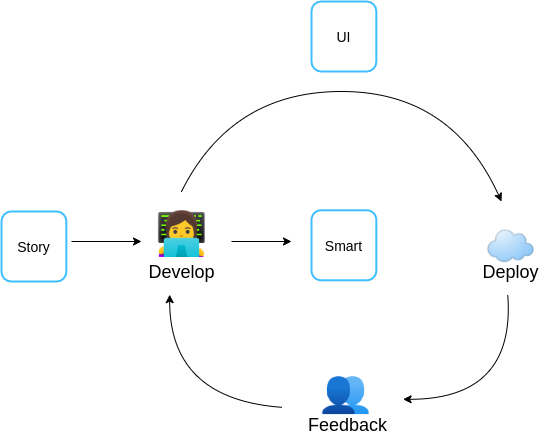
mrWh1te/lage.tech keeps this draw.io diagram as static/ui-first-development-loop.png. Above is the earlier version. Source tidied: cells renumbered, new cells last; positions are measured from the earlier drawing's top-left corner, leaving out a move shared by most shapes. Its diagram source:
```xml
<mxGraphModel>
  <root>
    <mxCell id="0" />
    <mxCell id="1" parent="0" />
    <mxCell id="2" style="group;" parent="1" vertex="1">
      <mxGeometry x="140" y="100" width="390.4" height="330" as="geometry" />
    </mxCell>
    <mxCell id="3" value="&lt;font style=&quot;font-size: 18px&quot;&gt;Develop&lt;/font&gt;" style="text;html=1;align=center;verticalAlign=middle;fillColor=none;strokeColor=none;rounded=0;" parent="2" vertex="1">
      <mxGeometry y="161" width="80" height="20" as="geometry" />
    </mxCell>
    <mxCell id="4" value="&lt;font style=&quot;font-size: 42px&quot;&gt;👩‍💻&lt;/font&gt;" style="text;html=1;align=center;verticalAlign=middle;fillColor=none;strokeColor=none;rounded=0;" parent="2" vertex="1">
      <mxGeometry x="5" y="117" width="70" height="30" as="geometry" />
    </mxCell>
    <mxCell id="5" value="&lt;font style=&quot;font-size: 18px&quot;&gt;Deploy&lt;/font&gt;" style="text;html=1;align=center;verticalAlign=middle;fillColor=none;strokeColor=none;rounded=0;" parent="2" vertex="1">
      <mxGeometry x="334" y="161" width="70" height="20" as="geometry" />
    </mxCell>
    <mxCell id="6" value="&lt;font style=&quot;font-size: 42px&quot;&gt;☁️&lt;/font&gt;" style="text;html=1;align=center;verticalAlign=middle;fillColor=none;strokeColor=none;rounded=0;" parent="2" vertex="1">
      <mxGeometry x="334" y="128.8" width="70" height="30" as="geometry" />
    </mxCell>
    <mxCell id="7" value="&lt;font style=&quot;font-size: 42px&quot;&gt;👥&lt;/font&gt;" style="text;html=1;align=center;verticalAlign=middle;fillColor=none;strokeColor=none;rounded=0;" parent="2" vertex="1">
      <mxGeometry x="169" y="273.7" width="70" height="30" as="geometry" />
    </mxCell>
    <mxCell id="8" value="&lt;font style=&quot;font-size: 18px&quot;&gt;Feedback&lt;br&gt;&lt;/font&gt;" style="text;html=1;align=center;verticalAlign=middle;fillColor=none;strokeColor=none;rounded=0;" parent="2" vertex="1">
      <mxGeometry x="161" y="313.9" width="90" height="20" as="geometry" />
    </mxCell>
    <mxCell id="9" style="curved=1;endArrow=classic;html=1;" parent="2" edge="1">
      <mxGeometry relative="1" as="geometry">
        <mxPoint x="366.2" y="193.2" as="sourcePoint" />
        <mxPoint x="261.6" y="297.8" as="targetPoint" />
        <Array as="points">
          <mxPoint x="374.3" y="297.8" />
        </Array>
      </mxGeometry>
    </mxCell>
    <mxCell id="10" style="curved=1;endArrow=classic;html=1;" parent="2" edge="1">
      <mxGeometry relative="1" as="geometry">
        <mxPoint x="140.9" y="305.9" as="sourcePoint" />
        <mxPoint x="28.2" y="193.2" as="targetPoint" />
        <Array as="points">
          <mxPoint x="28.2" y="297.8" />
        </Array>
      </mxGeometry>
    </mxCell>
    <mxCell id="11" style="group;" parent="2" vertex="1">
      <mxGeometry x="170" y="-100" width="64.8" height="70" as="geometry" />
    </mxCell>
    <mxCell id="12" style="rounded=1;whiteSpace=wrap;html=1;strokeColor=#40BFFF;strokeWidth=2;" parent="11" vertex="1">
      <mxGeometry width="64.8" height="70" as="geometry" />
    </mxCell>
    <mxCell id="13" value="UI" style="text;html=1;align=center;verticalAlign=middle;fillColor=none;strokeColor=none;rounded=0;fontSize=14;" parent="11" vertex="1">
      <mxGeometry x="17.4" y="25" width="30" height="20" as="geometry" />
    </mxCell>
    <mxCell id="14" style="group;" parent="2" vertex="1">
      <mxGeometry x="-140" y="110" width="64.8" height="70" as="geometry" />
    </mxCell>
    <mxCell id="15" style="rounded=1;whiteSpace=wrap;html=1;strokeColor=#40BFFF;strokeWidth=2;" parent="14" vertex="1">
      <mxGeometry width="64.8" height="70" as="geometry" />
    </mxCell>
    <mxCell id="16" value="Story" style="text;html=1;align=center;verticalAlign=middle;fillColor=none;strokeColor=none;rounded=0;fontSize=14;" parent="14" vertex="1">
      <mxGeometry x="7.4" y="25" width="50" height="20" as="geometry" />
    </mxCell>
    <mxCell id="17" style="curved=1;endArrow=classic;html=1;fontSize=14;" parent="2" edge="1">
      <mxGeometry relative="1" as="geometry">
        <mxPoint x="40" y="90" as="sourcePoint" />
        <mxPoint x="360" y="100" as="targetPoint" />
        <Array as="points">
          <mxPoint x="90" y="-10" />
          <mxPoint x="310" y="-10" />
        </Array>
      </mxGeometry>
    </mxCell>
    <mxCell id="18" style="group;" parent="2" vertex="1">
      <mxGeometry x="170" y="108.8" width="64.8" height="70" as="geometry" />
    </mxCell>
    <mxCell id="19" style="rounded=1;whiteSpace=wrap;html=1;strokeColor=#40BFFF;strokeWidth=2;" parent="18" vertex="1">
      <mxGeometry width="64.8" height="70" as="geometry" />
    </mxCell>
    <mxCell id="20" value="Smart" style="text;html=1;align=center;verticalAlign=middle;fillColor=none;strokeColor=none;rounded=0;fontSize=14;" parent="18" vertex="1">
      <mxGeometry x="7.4" y="25" width="50" height="20" as="geometry" />
    </mxCell>
    <mxCell id="21" style="endArrow=classic;html=1;fontSize=14;" parent="1" edge="1">
      <mxGeometry relative="1" as="geometry">
        <mxPoint x="70" y="240" as="sourcePoint" />
        <mxPoint x="140" y="240" as="targetPoint" />
      </mxGeometry>
    </mxCell>
    <mxCell id="22" style="endArrow=classic;html=1;fontSize=14;" parent="1" edge="1">
      <mxGeometry relative="1" as="geometry">
        <mxPoint x="230" y="240" as="sourcePoint" />
        <mxPoint x="290" y="240" as="targetPoint" />
      </mxGeometry>
    </mxCell>
  </root>
</mxGraphModel>
```
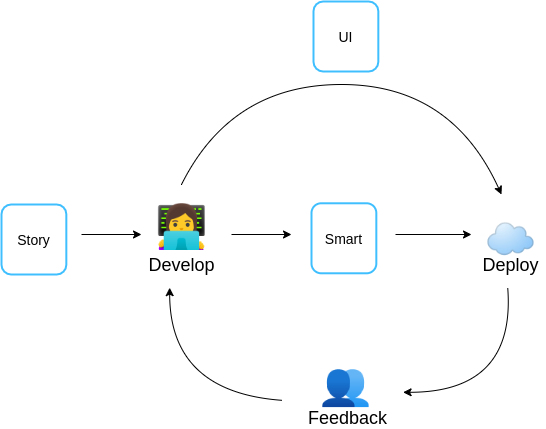
After the change.

Commit message:
[article] flowcharts color consistency

- component cutouts have same blue border

Change to the diagram source:
```diff
@@ -42,7 +42,7 @@
       </mxGeometry>
     </mxCell>
     <mxCell id="11" style="group;" parent="2" vertex="1">
-      <mxGeometry x="170" y="-100" width="64.8" height="70" as="geometry" />
+      <mxGeometry x="172" y="-93" width="64.8" height="70" as="geometry" />
     </mxCell>
     <mxCell id="12" style="rounded=1;whiteSpace=wrap;html=1;strokeColor=#40BFFF;strokeWidth=2;" parent="11" vertex="1">
       <mxGeometry width="64.8" height="70" as="geometry" />
@@ -80,7 +80,7 @@
     </mxCell>
     <mxCell id="21" style="endArrow=classic;html=1;fontSize=14;" parent="1" edge="1">
       <mxGeometry relative="1" as="geometry">
-        <mxPoint x="70" y="240" as="sourcePoint" />
+        <mxPoint x="80" y="240" as="sourcePoint" />
         <mxPoint x="140" y="240" as="targetPoint" />
       </mxGeometry>
     </mxCell>
@@ -90,5 +90,11 @@
         <mxPoint x="290" y="240" as="targetPoint" />
       </mxGeometry>
     </mxCell>
+    <mxCell id="23" style="endArrow=classic;html=1;fontSize=14;" parent="1" edge="1">
+      <mxGeometry relative="1" as="geometry">
+        <mxPoint x="394" y="240" as="sourcePoint" />
+        <mxPoint x="470" y="240" as="targetPoint" />
+      </mxGeometry>
+    </mxCell>
   </root>
 </mxGraphModel>
```
